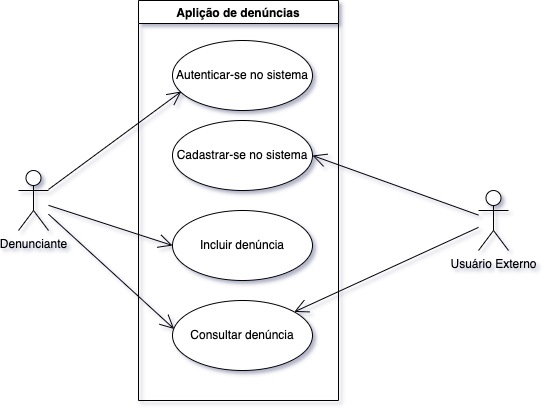
This is assets/diagrama-caso-de-uso.png from MatheusPSantos/tcc, a draw.io export, as it was before one commit. Source tidied: cells renumbered, new cells last; positions are measured from the earlier drawing's top-left corner, leaving out a move shared by most shapes.
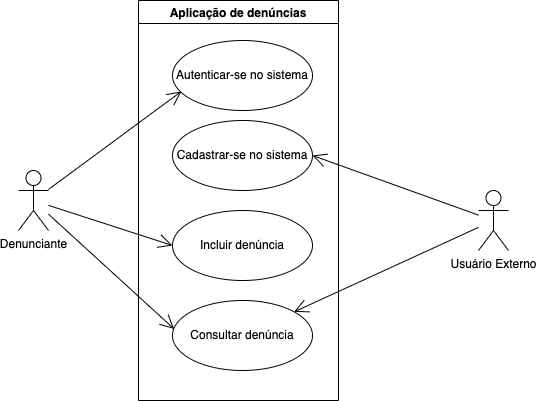
Above is the later version.

The edit, as a diff of the source:
```diff
@@ -35,7 +35,7 @@
     <mxCell id="12" style="endArrow=open;endFill=1;endSize=12;html=1;rounded=0;entryX=1;entryY=0.5;entryDx=0;entryDy=0;" parent="1" edge="1" source="3" target="11">
       <mxGeometry relative="1" as="geometry" />
     </mxCell>
-    <mxCell id="13" value="Aplição de denúncias" style="swimlane;" parent="1" vertex="1">
+    <mxCell id="13" value="Aplicação de denúncias" style="swimlane;" parent="1" vertex="1">
       <mxGeometry x="120" width="200" height="400" as="geometry" />
     </mxCell>
   </root>
```
